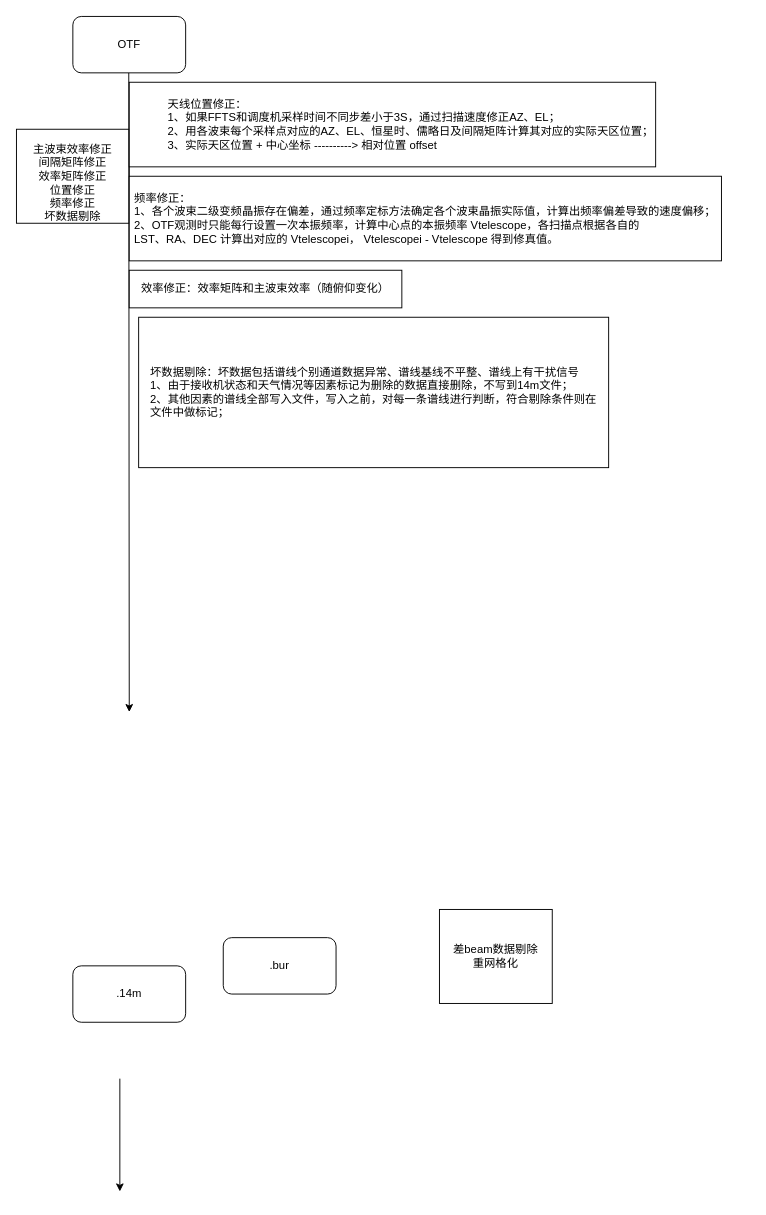
luoluo19550418/drawio keeps this draw.io diagram as Untitled Diagram.drawio. Above is the earlier version. Source tidied: cells renumbered, new cells numbered last; positions are measured from the earlier drawing's top-left corner, leaving out a move shared by most shapes. Both pictures are drawn from the tidied source at 94%, with x=0, y=0 at pixel (16, 16).
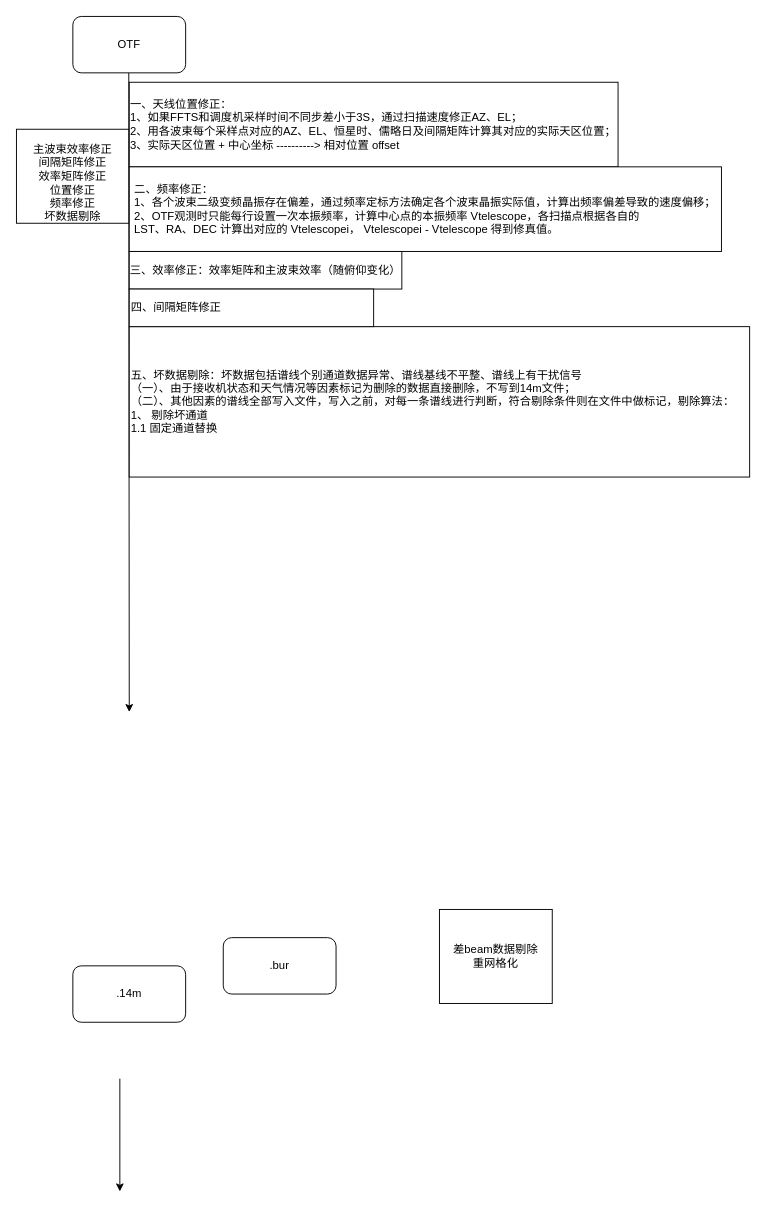
The same diagram, later.

Diff of the diagram source:
```diff
@@
 <mxGraphModel>
   <root>
     <mxCell id="0" />
     <mxCell id="1" parent="0" />
     <mxCell id="2" value="&lt;br&gt;主波束效率修正&lt;br&gt;间隔矩阵修正&lt;br&gt;效率矩阵修正&lt;br&gt;位置修正&lt;br&gt;频率修正&lt;br&gt;坏数据剔除" style="rounded=0;whiteSpace=wrap;html=1;" parent="1" vertex="1">
       <mxGeometry y="120" width="120" height="100" as="geometry" />
     </mxCell>
     <mxCell id="3" style="endArrow=classic;html=1;" parent="1" edge="1">
       <mxGeometry relative="1" as="geometry">
         <mxPoint x="119.5" y="60" as="sourcePoint" />
         <mxPoint x="120" y="740" as="targetPoint" />
       </mxGeometry>
     </mxCell>
     <mxCell id="4" value="差beam数据剔除&lt;br&gt;重网格化" style="rounded=0;whiteSpace=wrap;html=1;" parent="1" vertex="1">
       <mxGeometry x="450" y="950" width="120" height="100" as="geometry" />
     </mxCell>
     <mxCell id="5" value="&lt;span&gt;OTF&lt;/span&gt;" style="rounded=1;whiteSpace=wrap;html=1;" parent="1" vertex="1">
       <mxGeometry x="60" width="120" height="60" as="geometry" />
     </mxCell>
     <mxCell id="6" value=".14m" style="rounded=1;whiteSpace=wrap;html=1;" parent="1" vertex="1">
       <mxGeometry x="60" y="1010" width="120" height="60" as="geometry" />
     </mxCell>
     <mxCell id="7" value=".bur" style="rounded=1;whiteSpace=wrap;html=1;" parent="1" vertex="1">
       <mxGeometry x="220" y="980" width="120" height="60" as="geometry" />
     </mxCell>
     <mxCell id="8" style="endArrow=classic;html=1;" parent="1" edge="1">
       <mxGeometry relative="1" as="geometry">
         <mxPoint x="110" y="1130" as="sourcePoint" />
         <mxPoint x="110" y="1250" as="targetPoint" />
       </mxGeometry>
     </mxCell>
-    <mxCell id="9" value="&lt;div style=&quot;text-align: justify&quot;&gt;&lt;span&gt;天线位置修正：&lt;/span&gt;&lt;/div&gt;&lt;div style=&quot;text-align: justify&quot;&gt;&lt;span&gt;1、如果FFTS和调度机采样时间不同步差小于3S，通过扫描速度修正AZ、EL；&lt;/span&gt;&lt;/div&gt;&lt;div style=&quot;text-align: justify&quot;&gt;&lt;span&gt;2、用各波束每个采样点对应的AZ、EL、恒星时、儒略日及间隔矩阵计算其对应的实际天区位置；&lt;/span&gt;&lt;/div&gt;&lt;div style=&quot;text-align: justify&quot;&gt;&lt;span&gt;3、实际天区位置 + 中心坐标 ----------&amp;gt; 相对位置 offset&lt;/span&gt;&lt;/div&gt;" style="rounded=0;whiteSpace=wrap;html=1;align=right;" parent="1" vertex="1">
-      <mxGeometry x="120" y="70" width="560" height="90" as="geometry" />
+    <mxCell id="9" value="&lt;div style=&quot;text-align: justify&quot;&gt;&lt;span&gt;一、天线位置修正：&lt;/span&gt;&lt;/div&gt;&lt;div style=&quot;text-align: justify&quot;&gt;&lt;span&gt;1、如果FFTS和调度机采样时间不同步差小于3S，通过扫描速度修正AZ、EL；&lt;/span&gt;&lt;/div&gt;&lt;div style=&quot;text-align: justify&quot;&gt;&lt;span&gt;2、用各波束每个采样点对应的AZ、EL、恒星时、儒略日及间隔矩阵计算其对应的实际天区位置；&lt;/span&gt;&lt;/div&gt;&lt;div style=&quot;text-align: justify&quot;&gt;&lt;span&gt;3、实际天区位置 + 中心坐标 ----------&amp;gt; 相对位置 offset&lt;/span&gt;&lt;/div&gt;" style="rounded=0;whiteSpace=wrap;html=1;align=right;" parent="1" vertex="1">
+      <mxGeometry x="120" y="70" width="520" height="90" as="geometry" />
     </mxCell>
-    <mxCell id="10" value="&lt;div style=&quot;text-align: justify&quot;&gt;&lt;span&gt;&lt;br&gt;&lt;/span&gt;&lt;/div&gt;&lt;div style=&quot;text-align: justify&quot;&gt;&lt;span&gt;&lt;br&gt;&lt;/span&gt;&lt;/div&gt;&lt;div style=&quot;text-align: justify&quot;&gt;&lt;span&gt;&lt;br&gt;&lt;/span&gt;&lt;/div&gt;&lt;div style=&quot;text-align: justify&quot;&gt;&lt;span&gt;&lt;br&gt;&lt;/span&gt;&lt;/div&gt;&lt;div style=&quot;text-align: justify&quot;&gt;&lt;span&gt;频率修正：&lt;/span&gt;&lt;br&gt;&lt;span&gt;1、各个波束二级变频晶振存在偏差，通过频率定标方法确定各个波束晶振实际值，计算出频率偏差导致的速度偏移；&lt;/span&gt;&lt;br&gt;&lt;span&gt;2、OTF观测时只能每行设置一次本振频率，计算中心点的本振频率 Vtelescope，&lt;/span&gt;&lt;span&gt;各扫描点根据各自的&amp;nbsp;&lt;/span&gt;&lt;br&gt;&lt;span&gt;LST、RA、DEC 计算出对应的 Vtelescopei，&lt;/span&gt;&lt;span&gt;&amp;nbsp;Vtelescopei - Vtelescope 得到修真值。&lt;/span&gt;&lt;br&gt;&lt;br&gt;&lt;br&gt;&lt;span&gt;&amp;nbsp;&lt;/span&gt;&lt;br&gt;&lt;/div&gt;&lt;span&gt;&lt;div style=&quot;text-align: justify&quot;&gt;&lt;br&gt;&lt;/div&gt;&lt;/span&gt;" style="rounded=0;whiteSpace=wrap;html=1;align=center;" parent="1" vertex="1">
-      <mxGeometry x="120" y="170" width="630" height="90" as="geometry" />
+    <mxCell id="10" value="&lt;div style=&quot;text-align: justify&quot;&gt;&lt;span&gt;&lt;br&gt;&lt;/span&gt;&lt;/div&gt;&lt;div style=&quot;text-align: justify&quot;&gt;&lt;span&gt;&lt;br&gt;&lt;/span&gt;&lt;/div&gt;&lt;div style=&quot;text-align: justify&quot;&gt;&lt;span&gt;&lt;br&gt;&lt;/span&gt;&lt;/div&gt;&lt;div style=&quot;text-align: justify&quot;&gt;&lt;span&gt;&lt;br&gt;&lt;/span&gt;&lt;/div&gt;&lt;div style=&quot;text-align: justify&quot;&gt;&lt;span&gt;二、频率修正：&lt;/span&gt;&lt;br&gt;&lt;span&gt;1、各个波束二级变频晶振存在偏差，通过频率定标方法确定各个波束晶振实际值，计算出频率偏差导致的速度偏移；&lt;/span&gt;&lt;br&gt;&lt;span&gt;2、OTF观测时只能每行设置一次本振频率，计算中心点的本振频率 Vtelescope，&lt;/span&gt;&lt;span&gt;各扫描点根据各自的&amp;nbsp;&lt;/span&gt;&lt;br&gt;&lt;span&gt;LST、RA、DEC 计算出对应的 Vtelescopei，&lt;/span&gt;&lt;span&gt;&amp;nbsp;Vtelescopei - Vtelescope 得到修真值。&lt;/span&gt;&lt;br&gt;&lt;br&gt;&lt;br&gt;&lt;span&gt;&amp;nbsp;&lt;/span&gt;&lt;br&gt;&lt;/div&gt;&lt;span&gt;&lt;div style=&quot;text-align: justify&quot;&gt;&lt;br&gt;&lt;/div&gt;&lt;/span&gt;" style="rounded=0;whiteSpace=wrap;html=1;align=center;" parent="1" vertex="1">
+      <mxGeometry x="120" y="160" width="630" height="90" as="geometry" />
     </mxCell>
-    <mxCell id="11" value="效率修正：效率矩阵和主波束效率（随俯仰变化）" style="rounded=0;whiteSpace=wrap;html=1;" parent="1" vertex="1">
-      <mxGeometry x="120" y="270" width="290" height="40" as="geometry" />
+    <mxCell id="11" value="三、效率修正：效率矩阵和主波束效率（随俯仰变化）" style="rounded=0;whiteSpace=wrap;html=1;" parent="1" vertex="1">
+      <mxGeometry x="120" y="250" width="290" height="40" as="geometry" />
     </mxCell>
-    <mxCell id="12" value="&lt;div style=&quot;text-align: justify&quot;&gt;&lt;span&gt;坏数据剔除：坏数据包括谱线个别通道数据异常、谱线基线不平整、谱线上有干扰信号&lt;/span&gt;&lt;/div&gt;&lt;div style=&quot;text-align: justify&quot;&gt;1、由于接收机状态和天气情况等因素标记为删除的数据直接删除，不写到14m文件；&lt;/div&gt;&lt;div style=&quot;text-align: justify&quot;&gt;2、其他因素的谱线全部写入文件，写入之前，对每一条谱线进行判断，符合剔除条件则在&lt;/div&gt;&lt;div style=&quot;text-align: justify&quot;&gt;文件中做标记；&lt;/div&gt;" style="rounded=0;whiteSpace=wrap;html=1;" parent="1" vertex="1">
-      <mxGeometry x="130" y="320" width="500" height="160" as="geometry" />
+    <mxCell id="12" value="&lt;div&gt;&lt;span&gt;五、坏数据剔除：坏数据包括谱线个别通道数据异常、谱线基线不平整、谱线上有干扰信号&lt;/span&gt;&lt;/div&gt;&lt;div&gt;（一）、由于接收机状态和天气情况等因素标记为删除的数据直接删除，不写到14m文件；&lt;/div&gt;&lt;div&gt;（二）、其他因素的谱线全部写入文件，写入之前，对每一条谱线进行判断，符合剔除条件则在&lt;span&gt;文件中做标记，剔除算法：&lt;/span&gt;&lt;/div&gt;&lt;div&gt;1、 剔除坏通道&lt;br&gt;&lt;/div&gt;&lt;div&gt;1.1 固定通道替换&lt;br&gt;&lt;/div&gt;" style="rounded=0;whiteSpace=wrap;html=1;align=left;" parent="1" vertex="1">
+      <mxGeometry x="120" y="330" width="660" height="160" as="geometry" />
     </mxCell>
+    <mxCell id="13" value="&lt;div&gt;&lt;span&gt;四、间隔矩阵修正&lt;/span&gt;&lt;/div&gt;" style="rounded=0;whiteSpace=wrap;html=1;align=left;" parent="1" vertex="1">
+      <mxGeometry x="120" y="290" width="260" height="40" as="geometry" />
+    </mxCell>
   </root>
 </mxGraphModel>
```
